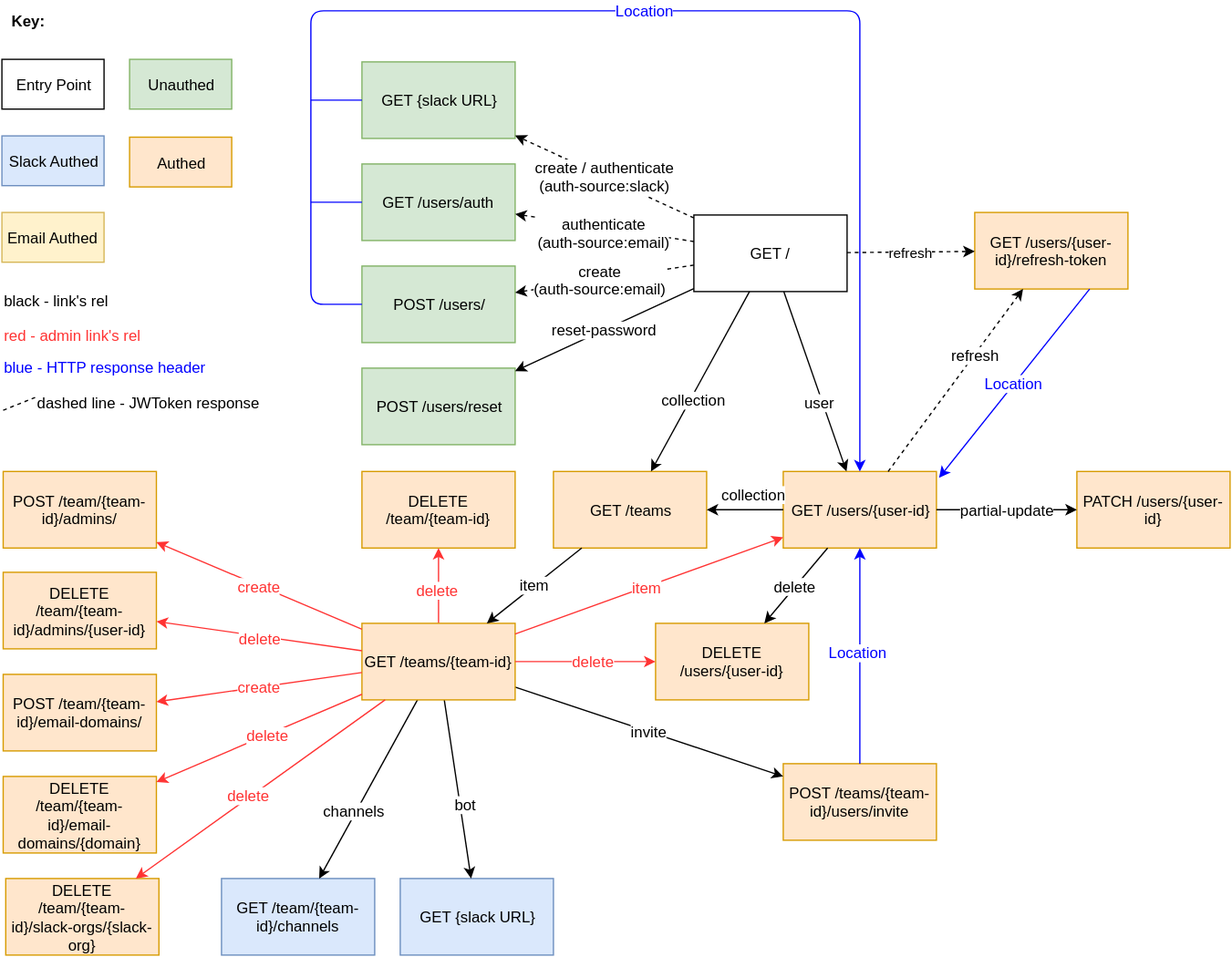
Before: docs/OC-Auth-REST-API.svg, a diagram exported from draw.io (open-company/open-company-auth). Source tidied: cells renumbered, new cells last; positions are measured from the earlier drawing's top-left corner, leaving out a move shared by most shapes.
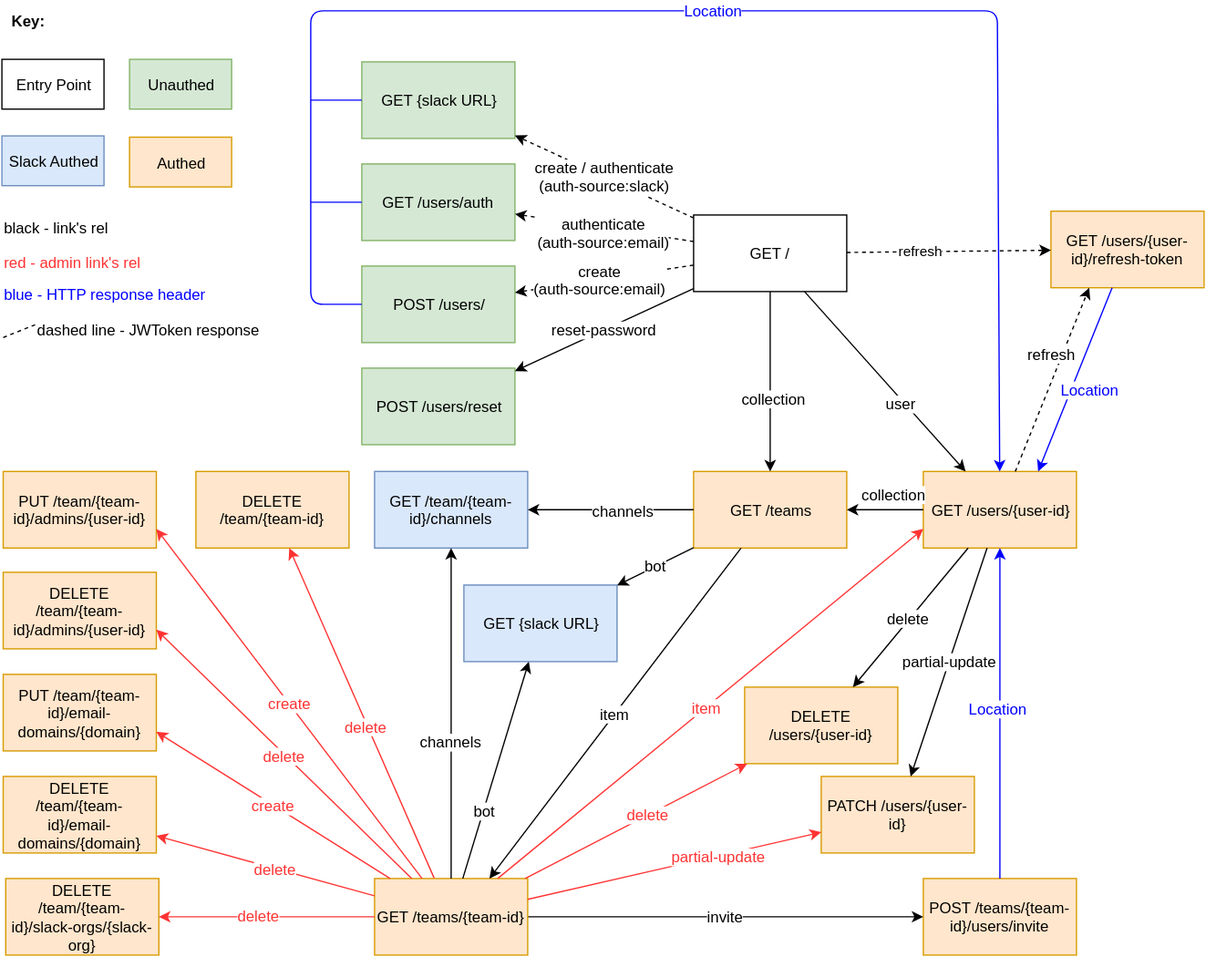
After the change.

Commit message:
Update REST API diagram.

What changed in the source:
```diff
@@ -34,39 +34,25 @@
       <mxGeometry relative="1" as="geometry" />
     </mxCell>
     <mxCell id="11" value="GET /users/{user-id}/refresh-token" style="whiteSpace=wrap;html=1;fillColor=#ffe6cc;strokeColor=#d79b00;" parent="1" vertex="1">
-      <mxGeometry x="762" y="160" width="120" height="60" as="geometry" />
+      <mxGeometry x="822" y="159" width="120" height="60" as="geometry" />
     </mxCell>
     <mxCell id="12" value="refresh" style="endArrow=classic;html=1;dashed=1;" parent="1" edge="1" source="2" target="11">
-      <mxGeometry relative="1" as="geometry" />
+      <mxGeometry x="-0.28" relative="1" as="geometry" />
     </mxCell>
     <mxCell id="13" value="&lt;span&gt;GET {slack URL}&lt;/span&gt;" style="whiteSpace=wrap;html=1;fillColor=#dae8fc;strokeColor=#6c8ebf;" parent="1" vertex="1">
-      <mxGeometry x="312" y="682" width="120" height="60" as="geometry" />
+      <mxGeometry x="362" y="452" width="120" height="60" as="geometry" />
     </mxCell>
-    <mxCell id="14" style="endArrow=classic;html=1;" parent="1" edge="1" source="45" target="13">
-      <mxGeometry relative="1" as="geometry" />
-    </mxCell>
-    <mxCell id="15" value="bot" style="text;html=1;align=center;verticalAlign=middle;labelBackgroundColor=#ffffff;" parent="14" vertex="1">
-      <mxGeometry x="0.18" y="3" relative="1" as="geometry">
-        <mxPoint x="1" as="offset" />
-      </mxGeometry>
-    </mxCell>
     <mxCell id="16" value="PATCH /users/{user-id}" style="whiteSpace=wrap;html=1;fillColor=#ffe6cc;strokeColor=#d79b00;" parent="1" vertex="1">
-      <mxGeometry x="842" y="363" width="120" height="60" as="geometry" />
+      <mxGeometry x="642" y="602" width="120" height="60" as="geometry" />
     </mxCell>
     <mxCell id="17" value="&lt;span&gt;POST /teams/{team-id}/users/invite&lt;/span&gt;" style="whiteSpace=wrap;html=1;fillColor=#ffe6cc;strokeColor=#d79b00;" parent="1" vertex="1">
-      <mxGeometry x="612" y="592" width="120" height="60" as="geometry" />
+      <mxGeometry x="722" y="682" width="120" height="60" as="geometry" />
     </mxCell>
     <mxCell id="18" value="GET /team/{team-id}/channels" style="whiteSpace=wrap;html=1;fillColor=#dae8fc;strokeColor=#6c8ebf;" parent="1" vertex="1">
-      <mxGeometry x="172" y="682" width="120" height="60" as="geometry" />
+      <mxGeometry x="292" y="363" width="120" height="60" as="geometry" />
     </mxCell>
-    <mxCell id="19" style="endArrow=classic;html=1;" parent="1" edge="1" source="45" target="18">
-      <mxGeometry relative="1" as="geometry" />
-    </mxCell>
-    <mxCell id="20" value="channels" style="text;html=1;align=center;verticalAlign=middle;labelBackgroundColor=#ffffff;" parent="19" vertex="1">
-      <mxGeometry x="0.26" y="-2" relative="1" as="geometry" />
-    </mxCell>
     <mxCell id="21" value="GET /teams" style="whiteSpace=wrap;html=1;fillColor=#ffe6cc;strokeColor=#d79b00;" parent="1" vertex="1">
-      <mxGeometry x="432" y="363" width="120" height="60" as="geometry" />
+      <mxGeometry x="542" y="363" width="120" height="60" as="geometry" />
     </mxCell>
     <mxCell id="22" style="endArrow=classic;html=1;" parent="1" edge="1" source="2" target="21">
       <mxGeometry relative="1" as="geometry" />
@@ -75,7 +61,7 @@
       <mxGeometry x="0.18" y="2" relative="1" as="geometry" />
     </mxCell>
     <mxCell id="24" value="GET /users/{user-id}" style="whiteSpace=wrap;html=1;fillColor=#ffe6cc;strokeColor=#d79b00;" parent="1" vertex="1">
-      <mxGeometry x="612" y="363" width="120" height="60" as="geometry" />
+      <mxGeometry x="722" y="363" width="120" height="60" as="geometry" />
     </mxCell>
     <mxCell id="25" style="endArrow=classic;html=1;" parent="1" edge="1" source="2" target="24">
       <mxGeometry relative="1" as="geometry" />
@@ -84,7 +70,7 @@
       <mxGeometry x="0.22" y="-2" relative="1" as="geometry" />
     </mxCell>
     <mxCell id="27" value="DELETE /team/{team-id}" style="whiteSpace=wrap;html=1;fillColor=#ffe6cc;strokeColor=#d79b00;" parent="1" vertex="1">
-      <mxGeometry x="282" y="363" width="120" height="60" as="geometry" />
+      <mxGeometry x="152" y="363" width="120" height="60" as="geometry" />
     </mxCell>
     <mxCell id="28" style="endArrow=classic;html=1;strokeColor=#FF3333;" parent="1" edge="1" source="45" target="27">
       <mxGeometry relative="1" as="geometry" />
@@ -95,12 +81,12 @@
     <mxCell id="30" value="invite&lt;br&gt;" style="endArrow=classic;html=1;fontSize=12;" parent="1" edge="1" source="45" target="17">
       <mxGeometry relative="1" as="geometry" />
     </mxCell>
-    <mxCell id="31" style="endArrow=classic;html=1;dashed=1;" parent="1" edge="1" source="24" target="11">
+    <mxCell id="31" style="endArrow=classic;html=1;dashed=1;entryX=0.25;entryY=1;" parent="1" edge="1" source="24" target="11">
       <mxGeometry relative="1" as="geometry" />
     </mxCell>
     <mxCell id="32" value="refresh" style="text;html=1;align=center;verticalAlign=middle;labelBackgroundColor=#ffffff;" parent="31" vertex="1">
       <mxGeometry x="0.25" y="1" relative="1" as="geometry">
-        <mxPoint x="3" y="-2" as="offset" />
+        <mxPoint x="-7" y="-2" as="offset" />
       </mxGeometry>
     </mxCell>
     <mxCell id="33" value="Entry Point" style="whiteSpace=wrap;html=1;" parent="1" vertex="1">
@@ -118,23 +104,20 @@
     <mxCell id="37" value="&lt;b&gt;Key:&lt;/b&gt;" style="text;html=1;strokeColor=none;fillColor=none;align=center;verticalAlign=middle;whiteSpace=wrap;" parent="1" vertex="1">
       <mxGeometry width="40" height="20" as="geometry" />
     </mxCell>
-    <mxCell id="38" value="Email Authed" style="whiteSpace=wrap;html=1;fillColor=#fff2cc;strokeColor=#d6b656;" parent="1" vertex="1">
-      <mxGeometry y="160" width="80" height="39" as="geometry" />
-    </mxCell>
     <mxCell id="39" value="black - link's rel" style="text;html=1;strokeColor=none;fillColor=none;align=left;verticalAlign=middle;whiteSpace=wrap;" parent="1" vertex="1">
-      <mxGeometry y="219" width="110" height="20" as="geometry" />
+      <mxGeometry y="162" width="110" height="20" as="geometry" />
     </mxCell>
     <mxCell id="40" value="&lt;font color=&quot;#0000ff&quot;&gt;blue - HTTP response header&lt;/font&gt;" style="text;html=1;strokeColor=none;fillColor=none;align=left;verticalAlign=middle;whiteSpace=wrap;" parent="1" vertex="1">
-      <mxGeometry y="271" width="170" height="20" as="geometry" />
+      <mxGeometry y="214" width="170" height="20" as="geometry" />
     </mxCell>
     <mxCell id="41" style="endArrow=none;html=1;dashed=1;endFill=0;" parent="1" edge="1">
-      <mxGeometry x="-121" y="303" as="geometry">
-        <mxPoint x="1" y="315" as="sourcePoint" />
-        <mxPoint x="26" y="305" as="targetPoint" />
+      <mxGeometry x="-121" y="246" as="geometry">
+        <mxPoint x="1" y="258" as="sourcePoint" />
+        <mxPoint x="26" y="248" as="targetPoint" />
       </mxGeometry>
     </mxCell>
     <mxCell id="42" value="dashed line - JWToken response" style="text;html=1;strokeColor=none;fillColor=none;align=left;verticalAlign=middle;whiteSpace=wrap;" parent="1" vertex="1">
-      <mxGeometry x="26" y="299" width="180" height="20" as="geometry" />
+      <mxGeometry x="26" y="242" width="180" height="20" as="geometry" />
     </mxCell>
     <mxCell id="43" value="POST /users/reset" style="whiteSpace=wrap;html=1;fillColor=#d5e8d4;strokeColor=#82b366;" parent="1" vertex="1">
       <mxGeometry x="282" y="282" width="120" height="60" as="geometry" />
@@ -143,9 +126,9 @@
       <mxGeometry relative="1" as="geometry" />
     </mxCell>
     <mxCell id="45" value="GET /teams/{team-id}" style="whiteSpace=wrap;html=1;fillColor=#ffe6cc;strokeColor=#d79b00;" parent="1" vertex="1">
-      <mxGeometry x="282" y="482" width="120" height="60" as="geometry" />
+      <mxGeometry x="292" y="682" width="120" height="60" as="geometry" />
     </mxCell>
-    <mxCell id="46" value="item" style="endArrow=classic;html=1;fontSize=12;" parent="1" edge="1" source="21" target="45">
+    <mxCell id="46" value="item" style="endArrow=classic;html=1;fontSize=12;entryX=0.75;entryY=0;" parent="1" edge="1" source="21" target="45">
       <mxGeometry relative="1" as="geometry" />
     </mxCell>
     <mxCell id="47" style="endArrow=classic;html=1;fontSize=12;strokeColor=#0000FF;" parent="1" edge="1" source="17" target="24">
@@ -155,24 +138,24 @@
       <mxGeometry x="0.04" y="2" relative="1" as="geometry" />
     </mxCell>
     <mxCell id="49" value="DELETE /users/{user-id}" style="whiteSpace=wrap;html=1;fillColor=#ffe6cc;strokeColor=#d79b00;" parent="1" vertex="1">
-      <mxGeometry x="512" y="482" width="120" height="60" as="geometry" />
+      <mxGeometry x="582" y="532" width="120" height="60" as="geometry" />
     </mxCell>
-    <mxCell id="50" style="endArrow=classic;html=1;strokeColor=#FF3333;fontSize=12;" parent="1" edge="1" source="45" target="24">
+    <mxCell id="50" style="endArrow=classic;html=1;strokeColor=#FF3333;fontSize=12;entryX=0;entryY=0.75;" parent="1" edge="1" source="45" target="24">
       <mxGeometry relative="1" as="geometry" />
     </mxCell>
     <mxCell id="51" value="item" style="text;html=1;align=center;verticalAlign=middle;labelBackgroundColor=#ffffff;fontSize=12;fontColor=#FF3333;" parent="50" vertex="1">
       <mxGeometry x="-0.02" relative="1" as="geometry" />
     </mxCell>
     <mxCell id="52" value="red - admin link's rel" style="text;html=1;strokeColor=none;fillColor=none;align=left;verticalAlign=middle;whiteSpace=wrap;fontColor=#FF3333;" parent="1" vertex="1">
-      <mxGeometry y="246" width="110" height="20" as="geometry" />
+      <mxGeometry y="189" width="110" height="20" as="geometry" />
     </mxCell>
-    <mxCell id="53" value="POST /team/{team-id}/admins/" style="whiteSpace=wrap;html=1;fillColor=#ffe6cc;strokeColor=#d79b00;" parent="1" vertex="1">
+    <mxCell id="53" value="PUT /team/{team-id}/admins/{user-id}" style="whiteSpace=wrap;html=1;fillColor=#ffe6cc;strokeColor=#d79b00;" parent="1" vertex="1">
       <mxGeometry x="1" y="363" width="120" height="60" as="geometry" />
     </mxCell>
     <mxCell id="54" value="DELETE /team/{team-id}/admins/{user-id}" style="whiteSpace=wrap;html=1;fillColor=#ffe6cc;strokeColor=#d79b00;" parent="1" vertex="1">
       <mxGeometry x="1" y="442" width="120" height="60" as="geometry" />
     </mxCell>
-    <mxCell id="55" value="POST /team/{team-id}/email-domains/" style="whiteSpace=wrap;html=1;fillColor=#ffe6cc;strokeColor=#d79b00;" parent="1" vertex="1">
+    <mxCell id="55" value="PUT /team/{team-id}/email-domains/{domain}" style="whiteSpace=wrap;html=1;fillColor=#ffe6cc;strokeColor=#d79b00;" parent="1" vertex="1">
       <mxGeometry x="1" y="522" width="120" height="60" as="geometry" />
     </mxCell>
     <mxCell id="56" value="DELETE /team/{team-id}/email-domains/{domain}" style="whiteSpace=wrap;html=1;fillColor=#ffe6cc;strokeColor=#d79b00;" parent="1" vertex="1">
@@ -181,16 +164,16 @@
     <mxCell id="57" value="DELETE /team/{team-id}/slack-orgs/{slack-org}" style="whiteSpace=wrap;html=1;fillColor=#ffe6cc;strokeColor=#d79b00;" parent="1" vertex="1">
       <mxGeometry x="3" y="682" width="120" height="60" as="geometry" />
     </mxCell>
-    <mxCell id="58" value="create" style="endArrow=classic;html=1;strokeColor=#FF3333;fontSize=12;fontColor=#FF3333;" parent="1" edge="1" source="45" target="53">
+    <mxCell id="58" value="create" style="endArrow=classic;html=1;strokeColor=#FF3333;fontSize=12;fontColor=#FF3333;entryX=1;entryY=0.75;" parent="1" edge="1" source="45" target="53">
       <mxGeometry relative="1" as="geometry" />
     </mxCell>
-    <mxCell id="59" style="endArrow=classic;html=1;strokeColor=#FF3333;fontSize=12;fontColor=#FF3333;" parent="1" edge="1" source="45" target="54">
+    <mxCell id="59" style="endArrow=classic;html=1;strokeColor=#FF3333;fontSize=12;fontColor=#FF3333;entryX=1;entryY=0.75;" parent="1" edge="1" source="45" target="54">
       <mxGeometry relative="1" as="geometry" />
     </mxCell>
     <mxCell id="60" value="delete" style="text;html=1;align=center;verticalAlign=middle;labelBackgroundColor=#ffffff;fontSize=12;fontColor=#FF3333;" parent="59" vertex="1">
       <mxGeometry x="-0.01" y="1" relative="1" as="geometry" />
     </mxCell>
-    <mxCell id="61" value="create" style="endArrow=classic;html=1;strokeColor=#FF3333;fontSize=12;fontColor=#FF3333;" parent="1" edge="1" source="45" target="55">
+    <mxCell id="61" value="create" style="endArrow=classic;html=1;strokeColor=#FF3333;fontSize=12;fontColor=#FF3333;entryX=1;entryY=0.75;" parent="1" edge="1" source="45" target="55">
       <mxGeometry relative="1" as="geometry" />
     </mxCell>
     <mxCell id="62" style="endArrow=classic;html=1;strokeColor=#FF3333;fontSize=12;fontColor=#FF3333;" parent="1" edge="1" source="45" target="56">
@@ -227,7 +210,7 @@
         <Array as="points">
           <mxPoint x="242" y="232" />
           <mxPoint x="242" y="2" />
-          <mxPoint x="672" y="2" />
+          <mxPoint x="780" y="2" />
         </Array>
       </mxGeometry>
     </mxCell>
@@ -241,11 +224,13 @@
         <mxPoint x="242" y="72" as="sourcePoint" />
       </mxGeometry>
     </mxCell>
-    <mxCell id="74" style="endArrow=classic;html=1;strokeColor=#0000FF;fontSize=12;fontColor=#000000;exitX=0.75;exitY=1;entryX=1.017;entryY=0.083;entryPerimeter=0;" parent="1" edge="1" source="11" target="24">
+    <mxCell id="74" style="endArrow=classic;html=1;strokeColor=#0000FF;fontSize=12;fontColor=#000000;entryX=0.75;entryY=0;" parent="1" edge="1" source="11" target="24">
       <mxGeometry relative="1" as="geometry" />
     </mxCell>
     <mxCell id="75" value="&lt;font color=&quot;#0000ff&quot;&gt;Location&lt;/font&gt;" style="text;html=1;align=center;verticalAlign=middle;labelBackgroundColor=#ffffff;fontSize=12;fontColor=#000000;" parent="74" vertex="1">
-      <mxGeometry x="0.01" y="-1" relative="1" as="geometry" />
+      <mxGeometry x="0.01" y="-1" relative="1" as="geometry">
+        <mxPoint x="12" y="8" as="offset" />
+      </mxGeometry>
     </mxCell>
     <mxCell id="76" style="endArrow=classic;html=1;strokeColor=#FF3333;fontSize=12;fontColor=#000000;" parent="1" edge="1" source="45" target="49">
       <mxGeometry relative="1" as="geometry" />
@@ -253,5 +238,36 @@
     <mxCell id="77" value="delete" style="text;html=1;align=center;verticalAlign=middle;labelBackgroundColor=#ffffff;fontSize=12;fontColor=#FF3333;" parent="76" vertex="1">
       <mxGeometry x="0.11" y="1" relative="1" as="geometry" />
     </mxCell>
+    <mxCell id="19" style="endArrow=classic;html=1;strokeColor=#000000;fontSize=12;fontColor=#FF3333;" parent="1" edge="1" source="45" target="18">
+      <mxGeometry relative="1" as="geometry" />
+    </mxCell>
+    <mxCell id="78" value="&lt;font color=&quot;#000000&quot;&gt;channels&lt;/font&gt;" style="text;html=1;align=center;verticalAlign=middle;labelBackgroundColor=#ffffff;fontSize=12;fontColor=#FF3333;" parent="19" vertex="1">
+      <mxGeometry x="-0.16" y="1" relative="1" as="geometry" />
+    </mxCell>
+    <mxCell id="79" style="endArrow=classic;html=1;strokeColor=#000000;fontSize=12;fontColor=#FF3333;" parent="1" edge="1" source="21" target="18">
+      <mxGeometry relative="1" as="geometry" />
+    </mxCell>
+    <mxCell id="80" value="&lt;font color=&quot;#000000&quot;&gt;channels&lt;/font&gt;" style="text;html=1;align=center;verticalAlign=middle;labelBackgroundColor=#ffffff;fontSize=12;fontColor=#FF3333;" parent="79" vertex="1">
+      <mxGeometry x="-0.25" y="3" relative="1" as="geometry">
+        <mxPoint x="-7" y="-3" as="offset" />
+      </mxGeometry>
+    </mxCell>
+    <mxCell id="81" value="&lt;font color=&quot;#000000&quot;&gt;bot&lt;/font&gt;" style="endArrow=classic;html=1;strokeColor=#000000;fontSize=12;fontColor=#FF3333;" parent="1" edge="1" source="21" target="13">
+      <mxGeometry relative="1" as="geometry" />
+    </mxCell>
+    <mxCell id="14" style="endArrow=classic;html=1;strokeColor=#000000;fontSize=12;fontColor=#FF3333;" parent="1" edge="1" source="45" target="13">
+      <mxGeometry relative="1" as="geometry" />
+    </mxCell>
+    <mxCell id="82" value="&lt;font color=&quot;#000000&quot;&gt;bot&lt;/font&gt;" style="text;html=1;align=center;verticalAlign=middle;labelBackgroundColor=#ffffff;fontSize=12;fontColor=#FF3333;" parent="14" vertex="1">
+      <mxGeometry x="-0.36" relative="1" as="geometry">
+        <mxPoint y="1" as="offset" />
+      </mxGeometry>
+    </mxCell>
+    <mxCell id="83" style="endArrow=classic;html=1;strokeColor=#FF3333;fontSize=12;fontColor=#FF3333;" parent="1" edge="1" source="45" target="16">
+      <mxGeometry relative="1" as="geometry" />
+    </mxCell>
+    <mxCell id="84" value="partial-update" style="text;html=1;align=center;verticalAlign=middle;labelBackgroundColor=#ffffff;fontSize=12;fontColor=#FF3333;" parent="83" vertex="1">
+      <mxGeometry x="0.3" relative="1" as="geometry" />
+    </mxCell>
   </root>
 </mxGraphModel>
```
